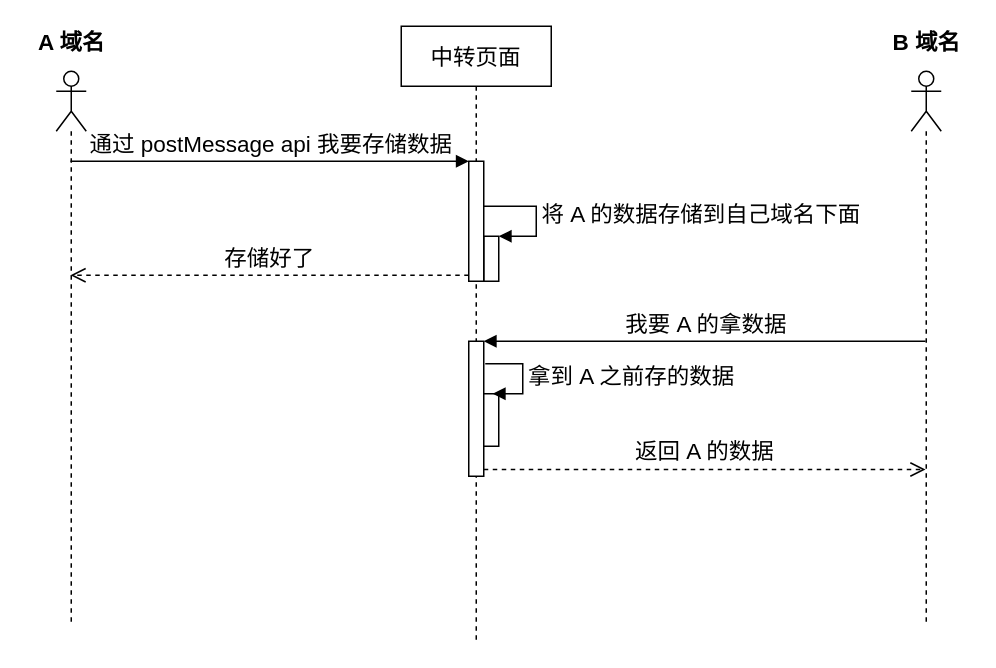
This is 跨域存储.drawio from gauseen/images-bed, a draw.io file, before an edit. Source tidied: cells renumbered, new cells numbered last; positions are measured from the earlier drawing's top-left corner, leaving out a move shared by most shapes. Both pictures are drawn from the tidied source at 150%, with x=0, y=0 at pixel (26, 26).
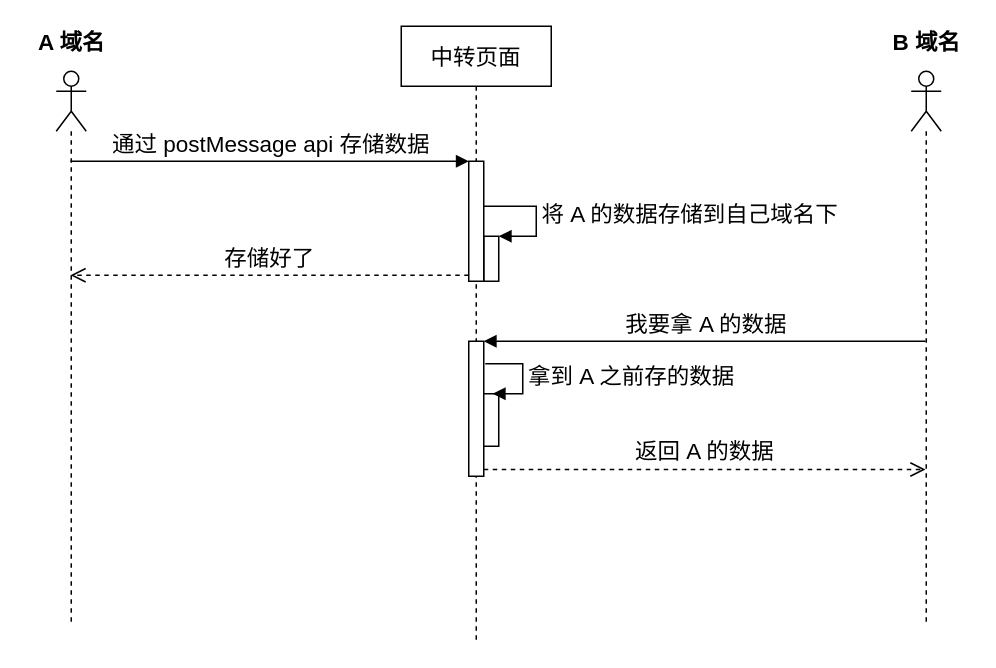
After the change.

Unchanged cells that the change refers to:
```xml
<mxCell id="3" style="shape=umlLifeline;participant=umlActor;perimeter=lifelinePerimeter;whiteSpace=wrap;html=1;verticalAlign=top;spacingTop=36;labelBackgroundColor=#ffffff;outlineConnect=0;" parent="2" vertex="1">
  <mxGeometry x="20" y="30" width="20" height="370" as="geometry" />
</mxCell>
<mxCell id="6" style="shape=umlLifeline;participant=umlActor;perimeter=lifelinePerimeter;whiteSpace=wrap;html=1;verticalAlign=top;spacingTop=36;labelBackgroundColor=#ffffff;outlineConnect=0;" parent="5" vertex="1">
  <mxGeometry x="20" y="30" width="20" height="370" as="geometry" />
</mxCell>
<mxCell id="8" value="中转页面" style="shape=umlLifeline;perimeter=lifelinePerimeter;whiteSpace=wrap;html=1;fontSize=15;" parent="1" vertex="1">
  <mxGeometry x="250" width="100" height="410" as="geometry" />
</mxCell>
<mxCell id="9" style="html=1;points=[];perimeter=orthogonalPerimeter;fontSize=15;" parent="8" vertex="1">
  <mxGeometry x="55" y="140" width="10" height="30" as="geometry" />
</mxCell>
<mxCell id="11" style="html=1;points=[];perimeter=orthogonalPerimeter;fontSize=15;" parent="8" vertex="1">
  <mxGeometry x="45" y="90" width="10" height="80" as="geometry" />
</mxCell>
<mxCell id="12" style="html=1;points=[];perimeter=orthogonalPerimeter;fontSize=15;" parent="8" vertex="1">
  <mxGeometry x="45" y="210" width="10" height="90" as="geometry" />
</mxCell>
```

The edit, as a diff of the source:
```diff
@@
-    <mxCell id="10" value="将 A 的数据存储到自己域名下面" style="edgeStyle=orthogonalEdgeStyle;html=1;align=left;spacingLeft=2;endArrow=block;rounded=0;entryX=1;entryY=0;fontSize=15;" parent="8" edge="1" target="9">
+    <mxCell id="10" value="将 A 的数据存储到自己域名下" style="edgeStyle=orthogonalEdgeStyle;html=1;align=left;spacingLeft=2;endArrow=block;rounded=0;entryX=1;entryY=0;fontSize=15;" parent="8" edge="1" target="9">
       <mxGeometry relative="1" as="geometry">
         <mxPoint x="55" y="120" as="sourcePoint" />
         <Array as="points">
           <mxPoint x="90" y="120" />
           <mxPoint x="90" y="140" />
         </Array>
       </mxGeometry>
     </mxCell>
@@
-    <mxCell id="15" value="通过 postMessage api 我要存储数据" style="html=1;verticalAlign=bottom;endArrow=block;entryX=0;entryY=0;fontSize=15;" parent="1" edge="1" source="3" target="11">
+    <mxCell id="15" value="通过 postMessage api 存储数据" style="html=1;verticalAlign=bottom;endArrow=block;entryX=0;entryY=0;fontSize=15;" parent="1" edge="1" source="3" target="11">
       <mxGeometry relative="1" as="geometry" />
     </mxCell>
@@
-    <mxCell id="17" value="我要 A 的拿数据" style="html=1;verticalAlign=bottom;endArrow=block;entryX=1;entryY=0;fontSize=15;" parent="1" edge="1" source="6" target="12">
+    <mxCell id="17" value="我要拿 A 的数据" style="html=1;verticalAlign=bottom;endArrow=block;entryX=1;entryY=0;fontSize=15;" parent="1" edge="1" source="6" target="12">
       <mxGeometry relative="1" as="geometry" />
     </mxCell>
```
